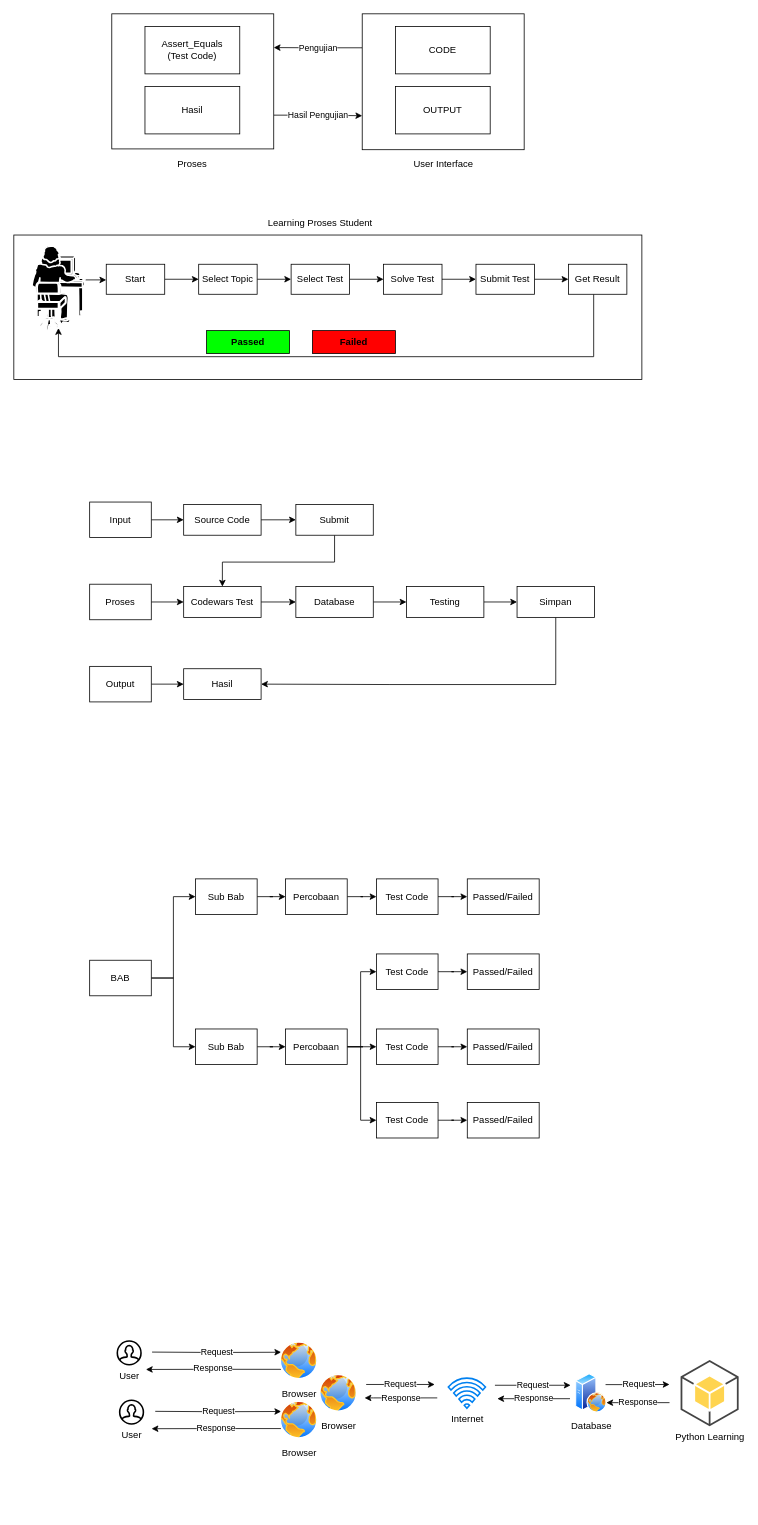
Earlier version of the draw.io diagram Dll/Untitled Diagram.drawio (rianbtk/reposugiwaras). Source tidied: cells renumbered, new cells numbered last; positions are measured from the earlier drawing's top-left corner, leaving out a move shared by most shapes. Both pictures are drawn from the tidied source at 79%, with x=0, y=0 at pixel (13, 13).
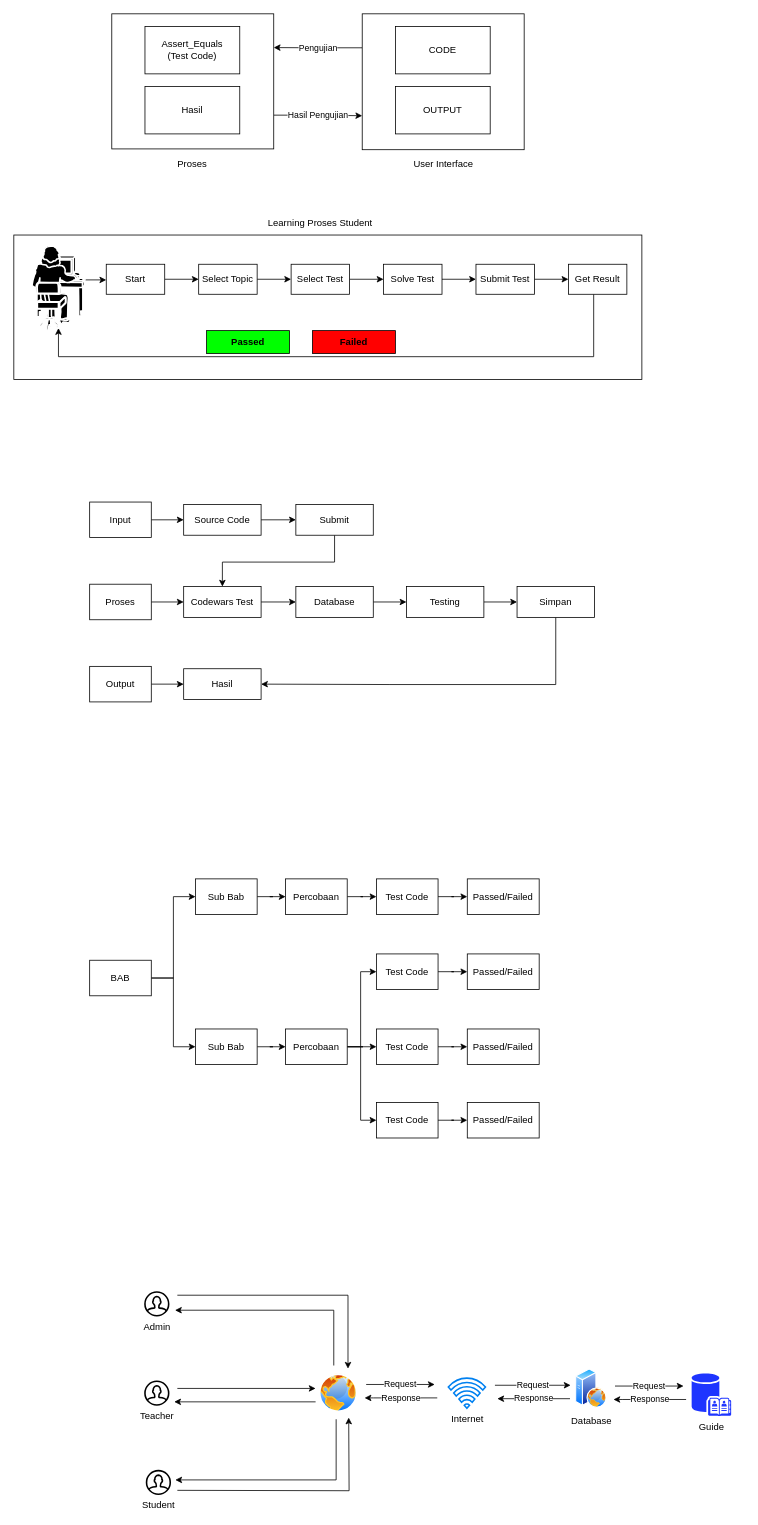
After the change.

The edit, as a diff of the source:
```diff
@@
-    <mxCell id="74" value="Request" style="edgeStyle=orthogonalEdgeStyle;rounded=0;jettySize=auto;html=1;entryX=0;entryY=0.25;entryDx=0;entryDy=0;" parent="1" edge="1" target="79">
-      <mxGeometry relative="1" as="geometry">
-        <mxPoint x="175" y="1694" as="sourcePoint" />
-      </mxGeometry>
-    </mxCell>
+    <mxCell id="92" style="edgeStyle=orthogonalEdgeStyle;rounded=0;orthogonalLoop=1;jettySize=auto;html=1;" parent="1" edge="1">
+      <mxGeometry relative="1" as="geometry">
+        <mxPoint x="207" y="1622" as="sourcePoint" />
+        <mxPoint x="423" y="1715" as="targetPoint" />
+        <Array as="points">
+          <mxPoint x="423" y="1622" />
+        </Array>
+      </mxGeometry>
+    </mxCell>
-    <mxCell id="75" value="User" style="html=1;verticalLabelPosition=bottom;align=center;labelBackgroundColor=#ffffff;verticalAlign=top;strokeWidth=2;strokeColor=#000000;shadow=0;dashed=0;shape=mxgraph.ios7.icons.user;" parent="1" vertex="1">
-      <mxGeometry x="131" y="1680" width="30" height="30" as="geometry" />
+    <mxCell id="75" value="Admin" style="html=1;verticalLabelPosition=bottom;align=center;labelBackgroundColor=#ffffff;verticalAlign=top;strokeWidth=2;strokeColor=#000000;shadow=0;dashed=0;shape=mxgraph.ios7.icons.user;" parent="1" vertex="1">
+      <mxGeometry x="166" y="1618" width="30" height="30" as="geometry" />
     </mxCell>
-    <mxCell id="76" value="&#10;&#10;&lt;span style=&quot;color: rgb(0, 0, 0); font-family: helvetica; font-size: 11px; font-style: normal; font-weight: 400; letter-spacing: normal; text-align: center; text-indent: 0px; text-transform: none; word-spacing: 0px; background-color: rgb(255, 255, 255); display: inline; float: none;&quot;&gt;Request&lt;/span&gt;&#10;&#10;" style="edgeStyle=orthogonalEdgeStyle;rounded=0;jettySize=auto;html=1;entryX=0;entryY=0.25;entryDx=0;entryDy=0;" parent="1" edge="1" target="81">
-      <mxGeometry relative="1" as="geometry">
-        <mxPoint x="179" y="1769" as="sourcePoint" />
-      </mxGeometry>
-    </mxCell>
+    <mxCell id="93" style="edgeStyle=orthogonalEdgeStyle;rounded=0;orthogonalLoop=1;jettySize=auto;html=1;" parent="1" edge="1">
+      <mxGeometry relative="1" as="geometry">
+        <mxPoint x="207" y="1740" as="sourcePoint" />
+        <mxPoint x="382" y="1740" as="targetPoint" />
+      </mxGeometry>
+    </mxCell>
-    <mxCell id="77" value="User" style="html=1;verticalLabelPosition=bottom;align=center;labelBackgroundColor=#ffffff;verticalAlign=top;strokeWidth=2;strokeColor=#000000;shadow=0;dashed=0;shape=mxgraph.ios7.icons.user;" parent="1" vertex="1">
-      <mxGeometry x="134" y="1755" width="30" height="30" as="geometry" />
+    <mxCell id="77" value="Teacher" style="html=1;verticalLabelPosition=bottom;align=center;labelBackgroundColor=#ffffff;verticalAlign=top;strokeWidth=2;strokeColor=#000000;shadow=0;dashed=0;shape=mxgraph.ios7.icons.user;" parent="1" vertex="1">
+      <mxGeometry x="166" y="1731" width="30" height="30" as="geometry" />
     </mxCell>
-    <mxCell id="78" value="Response" style="edgeStyle=orthogonalEdgeStyle;rounded=0;jettySize=auto;html=1;exitX=0;exitY=0.75;exitDx=0;exitDy=0;" parent="1" edge="1" source="79">
-      <mxGeometry relative="1" as="geometry">
-        <mxPoint x="167.2" y="1716" as="targetPoint" />
-      </mxGeometry>
-    </mxCell>
-    <mxCell id="79" value="Browser" style="perimeter=ellipsePerimeter;html=1;align=center;shadow=0;dashed=0;spacingTop=3;image;image=img/lib/active_directory/internet_globe.svg;strokeColor=#000000;" parent="1" vertex="1">
-      <mxGeometry x="336" y="1680" width="50" height="50" as="geometry" />
-    </mxCell>
-    <mxCell id="80" value="Response" style="edgeStyle=orthogonalEdgeStyle;rounded=0;jettySize=auto;html=1;exitX=0;exitY=0.75;exitDx=0;exitDy=0;" parent="1" edge="1" source="81">
-      <mxGeometry relative="1" as="geometry">
-        <mxPoint x="174.4" y="1791" as="targetPoint" />
-      </mxGeometry>
-    </mxCell>
-    <mxCell id="81" value="Browser" style="perimeter=ellipsePerimeter;html=1;align=center;shadow=0;dashed=0;spacingTop=3;image;image=img/lib/active_directory/internet_globe.svg;strokeColor=#000000;" parent="1" vertex="1">
-      <mxGeometry x="336" y="1755" width="50" height="50" as="geometry" />
-    </mxCell>
@@
+    <mxCell id="94" style="edgeStyle=orthogonalEdgeStyle;rounded=0;orthogonalLoop=1;jettySize=auto;html=1;" parent="1" edge="1">
+      <mxGeometry relative="1" as="geometry">
+        <mxPoint x="405" y="1711" as="sourcePoint" />
+        <mxPoint x="204" y="1641" as="targetPoint" />
+        <Array as="points">
+          <mxPoint x="405" y="1711" />
+          <mxPoint x="405" y="1641" />
+        </Array>
+      </mxGeometry>
+    </mxCell>
+    <mxCell id="95" style="edgeStyle=orthogonalEdgeStyle;rounded=0;orthogonalLoop=1;jettySize=auto;html=1;" parent="1" edge="1">
+      <mxGeometry relative="1" as="geometry">
+        <mxPoint x="408" y="1779" as="sourcePoint" />
+        <mxPoint x="204.4" y="1855.8" as="targetPoint" />
+        <Array as="points">
+          <mxPoint x="408" y="1856" />
+        </Array>
+      </mxGeometry>
+    </mxCell>
+    <mxCell id="96" style="edgeStyle=orthogonalEdgeStyle;rounded=0;orthogonalLoop=1;jettySize=auto;html=1;" parent="1" edge="1">
+      <mxGeometry relative="1" as="geometry">
+        <mxPoint x="382" y="1757" as="sourcePoint" />
+        <mxPoint x="203" y="1757" as="targetPoint" />
+      </mxGeometry>
+    </mxCell>
-    <mxCell id="83" value="Browser" style="perimeter=ellipsePerimeter;html=1;align=center;shadow=0;dashed=0;spacingTop=3;image;image=img/lib/active_directory/internet_globe.svg;strokeColor=#000000;" parent="1" vertex="1">
+    <mxCell id="83" style="perimeter=ellipsePerimeter;html=1;align=center;shadow=0;dashed=0;spacingTop=3;image;image=img/lib/active_directory/internet_globe.svg;strokeColor=#000000;" parent="1" vertex="1">
       <mxGeometry x="386" y="1721" width="50" height="50" as="geometry" />
     </mxCell>
@@
-    <mxCell id="86" value="&#10;&#10;&lt;span style=&quot;color: rgb(0, 0, 0); font-family: helvetica; font-size: 11px; font-style: normal; font-weight: 400; letter-spacing: normal; text-align: center; text-indent: 0px; text-transform: none; word-spacing: 0px; background-color: rgb(255, 255, 255); display: inline; float: none;&quot;&gt;Request&lt;/span&gt;&#10;&#10;" style="edgeStyle=orthogonalEdgeStyle;rounded=0;jettySize=auto;html=1;exitX=1;exitY=0.25;exitDx=0;exitDy=0;" parent="1" edge="1" source="87">
-      <mxGeometry relative="1" as="geometry">
-        <mxPoint x="830" y="1735" as="targetPoint" />
-      </mxGeometry>
-    </mxCell>
     <mxCell id="87" value="Database" style="perimeter=ellipsePerimeter;html=1;align=center;shadow=0;dashed=0;spacingTop=3;image;image=img/lib/active_directory/web_server.svg;strokeColor=#000000;" parent="1" vertex="1">
-      <mxGeometry x="711" y="1721" width="40" height="50" as="geometry" />
+      <mxGeometry x="711" y="1715" width="40" height="50" as="geometry" />
     </mxCell>
-    <mxCell id="88" value="Python Learning" style="dashed=0;verticalLabelPosition=bottom;verticalAlign=top;align=center;html=1;shape=mxgraph.aws3.android;fillColor=#FFD44F;gradientColor=none;strokeColor=#000000;" parent="1" vertex="1">
-      <mxGeometry x="844" y="1704" width="73.5" height="84" as="geometry" />
-    </mxCell>
@@
+    <mxCell id="97" style="edgeStyle=orthogonalEdgeStyle;rounded=0;orthogonalLoop=1;jettySize=auto;html=1;" parent="1" edge="1">
+      <mxGeometry relative="1" as="geometry">
+        <mxPoint x="207" y="1869" as="sourcePoint" />
+        <mxPoint x="423.9" y="1776.9" as="targetPoint" />
+      </mxGeometry>
+    </mxCell>
+    <mxCell id="98" value="Student" style="html=1;verticalLabelPosition=bottom;align=center;labelBackgroundColor=#ffffff;verticalAlign=top;strokeWidth=2;strokeColor=#000000;shadow=0;dashed=0;shape=mxgraph.ios7.icons.user;" parent="1" vertex="1">
+      <mxGeometry x="168" y="1844" width="30" height="30" as="geometry" />
+    </mxCell>
+    <mxCell id="99" value="Guide" style="sketch=0;shadow=0;dashed=0;html=1;strokeColor=none;fillColor=#1E35FF;labelPosition=center;verticalLabelPosition=bottom;verticalAlign=top;align=center;shape=mxgraph.office.databases.address_book_store;" parent="1" vertex="1">
+      <mxGeometry x="858" y="1721" width="50" height="54" as="geometry" />
+    </mxCell>
+    <mxCell id="100" value="&#10;&#10;&lt;span style=&quot;color: rgb(0, 0, 0); font-family: helvetica; font-size: 11px; font-style: normal; font-weight: 400; letter-spacing: normal; text-align: center; text-indent: 0px; text-transform: none; word-spacing: 0px; background-color: rgb(255, 255, 255); display: inline; float: none;&quot;&gt;Request&lt;/span&gt;&#10;&#10;" style="edgeStyle=orthogonalEdgeStyle;rounded=0;orthogonalLoop=1;jettySize=auto;html=1;" parent="1" edge="1">
+      <mxGeometry relative="1" as="geometry">
+        <mxPoint x="761" y="1737" as="sourcePoint" />
+        <mxPoint x="847.8" y="1737" as="targetPoint" />
+      </mxGeometry>
+    </mxCell>
     <mxCell id="91" value="Response" style="edgeStyle=orthogonalEdgeStyle;rounded=0;orthogonalLoop=1;jettySize=auto;html=1;" parent="1" edge="1">
       <mxGeometry relative="1" as="geometry">
-        <mxPoint x="830" y="1758" as="sourcePoint" />
-        <mxPoint x="750" y="1758" as="targetPoint" />
+        <mxPoint x="851" y="1754" as="sourcePoint" />
+        <mxPoint x="759" y="1754" as="targetPoint" />
         <Array as="points">
-          <mxPoint x="761" y="1758" />
+          <mxPoint x="770" y="1754" />
         </Array>
       </mxGeometry>
     </mxCell>
```
